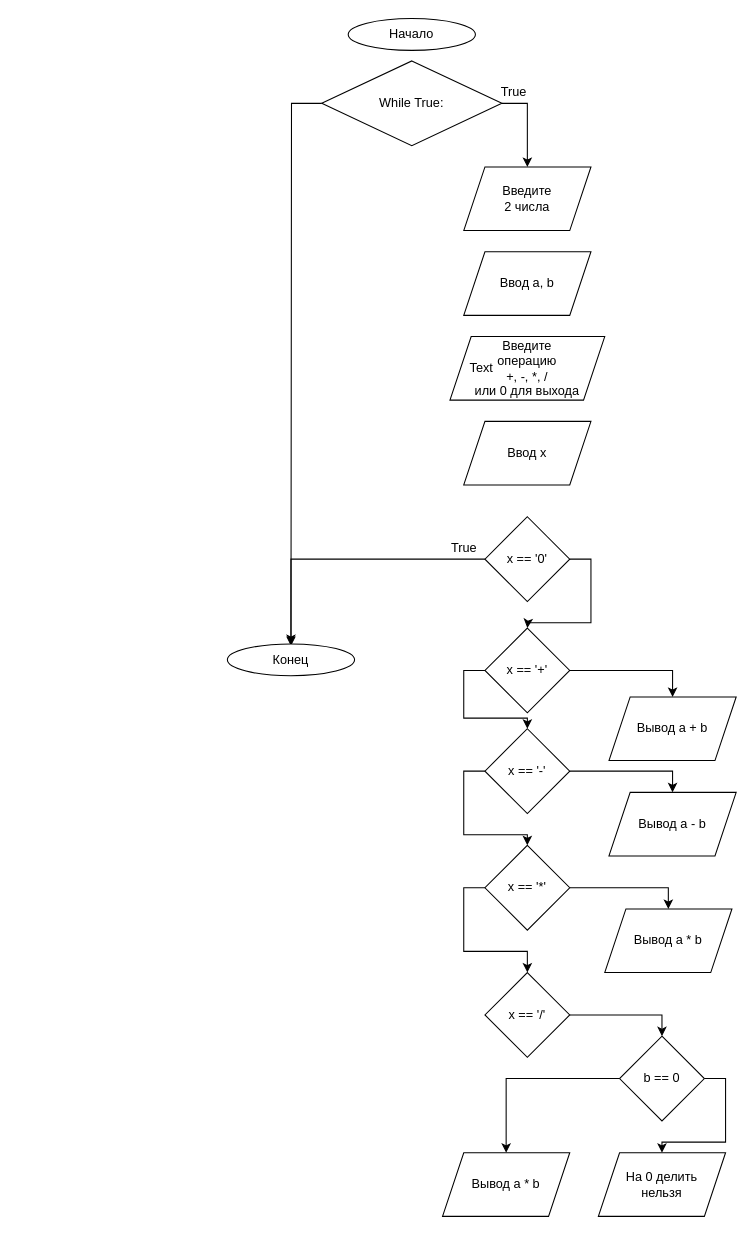
The draw.io diagram Untitled Diagram.drawio in y-zZz-y/Python-algorithm, before the edit. Source tidied: cells renumbered, new cells numbered last; positions are measured from the earlier drawing's top-left corner, leaving out a move shared by most shapes. Both pictures are drawn from the tidied source at 106%, with x=0, y=0 at pixel (227, 18).
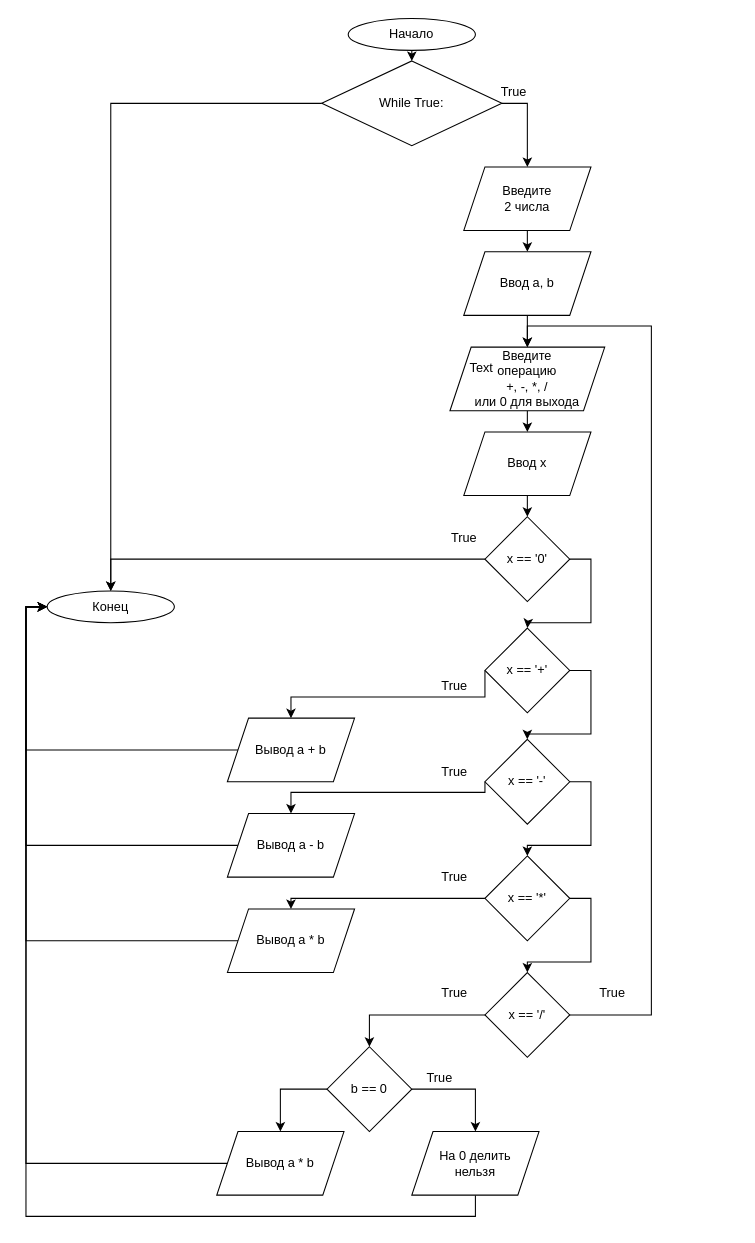
After the change.

Unchanged cells that the change refers to:
```xml
<mxCell id="2" value="Начало" style="ellipse;whiteSpace=wrap;html=1;" parent="1" vertex="1">
  <mxGeometry x="114" width="120" height="30" as="geometry" />
</mxCell>
<mxCell id="3" value="Введите &lt;br&gt;2 числа" style="shape=parallelogram;perimeter=parallelogramPerimeter;whiteSpace=wrap;html=1;fixedSize=1;" parent="1" vertex="1">
  <mxGeometry x="223" y="140" width="120" height="60" as="geometry" />
</mxCell>
<mxCell id="4" value="Ввод а, b" style="shape=parallelogram;perimeter=parallelogramPerimeter;whiteSpace=wrap;html=1;fixedSize=1;" parent="1" vertex="1">
  <mxGeometry x="223" y="220" width="120" height="60" as="geometry" />
</mxCell>
<mxCell id="9" value="While True:" style="rhombus;whiteSpace=wrap;html=1;" parent="1" vertex="1">
  <mxGeometry x="89" y="40" width="170" height="80" as="geometry" />
</mxCell>
<mxCell id="12" value="x == '0'" style="rhombus;whiteSpace=wrap;html=1;" parent="1" vertex="1">
  <mxGeometry x="243" y="470" width="80" height="80" as="geometry" />
</mxCell>
<mxCell id="19" value="x == '+'" style="rhombus;whiteSpace=wrap;html=1;" parent="1" vertex="1">
  <mxGeometry x="243" y="575" width="80" height="80" as="geometry" />
</mxCell>
<mxCell id="27" value="x == '/'" style="rhombus;whiteSpace=wrap;html=1;" parent="1" vertex="1">
  <mxGeometry x="243" y="900" width="80" height="80" as="geometry" />
</mxCell>
```

The edit, as a diff of the source:
```diff
@@
+    <mxCell id="36" style="edgeStyle=orthogonalEdgeStyle;rounded=0;jettySize=auto;html=1;exitX=0.5;exitY=1;exitDx=0;exitDy=0;entryX=0.5;entryY=0;entryDx=0;entryDy=0;" parent="1" edge="1" source="2" target="9">
+      <mxGeometry relative="1" as="geometry" />
+    </mxCell>
@@
+    <mxCell id="37" style="edgeStyle=orthogonalEdgeStyle;rounded=0;jettySize=auto;html=1;exitX=0.5;exitY=1;exitDx=0;exitDy=0;entryX=0.5;entryY=0;entryDx=0;entryDy=0;" parent="1" edge="1" source="3" target="4">
+      <mxGeometry relative="1" as="geometry" />
+    </mxCell>
@@
+    <mxCell id="38" style="edgeStyle=orthogonalEdgeStyle;rounded=0;jettySize=auto;html=1;exitX=0.5;exitY=1;exitDx=0;exitDy=0;" parent="1" edge="1" source="4">
+      <mxGeometry relative="1" as="geometry">
+        <mxPoint x="283" y="310" as="targetPoint" />
+      </mxGeometry>
+    </mxCell>
@@
+    <mxCell id="39" style="edgeStyle=orthogonalEdgeStyle;rounded=0;jettySize=auto;html=1;exitX=0.5;exitY=1;exitDx=0;exitDy=0;entryX=0.5;entryY=0;entryDx=0;entryDy=0;" parent="1" edge="1" source="5" target="6">
+      <mxGeometry relative="1" as="geometry" />
+    </mxCell>
     <mxCell id="5" value="Введите &lt;br&gt;операцию&lt;br&gt;+, -, *, /&lt;br&gt;или 0 для выхода" style="shape=parallelogram;perimeter=parallelogramPerimeter;whiteSpace=wrap;html=1;fixedSize=1;" parent="1" vertex="1">
-      <mxGeometry x="210" y="300" width="146" height="60" as="geometry" />
+      <mxGeometry x="210" y="310" width="146" height="60" as="geometry" />
     </mxCell>
+    <mxCell id="40" style="edgeStyle=orthogonalEdgeStyle;rounded=0;jettySize=auto;html=1;exitX=0.5;exitY=1;exitDx=0;exitDy=0;entryX=0.5;entryY=0;entryDx=0;entryDy=0;" parent="1" edge="1" source="6" target="12">
+      <mxGeometry relative="1" as="geometry" />
+    </mxCell>
     <mxCell id="6" value="Ввод x" style="shape=parallelogram;perimeter=parallelogramPerimeter;whiteSpace=wrap;html=1;fixedSize=1;" parent="1" vertex="1">
-      <mxGeometry x="223" y="380" width="120" height="60" as="geometry" />
+      <mxGeometry x="223" y="390" width="120" height="60" as="geometry" />
     </mxCell>
-    <mxCell id="7" style="edgeStyle=orthogonalEdgeStyle;rounded=0;jettySize=auto;html=1;exitX=0;exitY=0.5;exitDx=0;exitDy=0;" parent="1" edge="1" source="9">
-      <mxGeometry relative="1" as="geometry">
-        <mxPoint x="60" y="592" as="targetPoint" />
-      </mxGeometry>
+    <mxCell id="7" style="edgeStyle=orthogonalEdgeStyle;rounded=0;jettySize=auto;html=1;exitX=0;exitY=0.5;exitDx=0;exitDy=0;entryX=0.5;entryY=0;entryDx=0;entryDy=0;" parent="1" edge="1" source="9" target="13">
+      <mxGeometry relative="1" as="geometry" />
     </mxCell>
@@
     <mxCell id="13" value="Конец" style="ellipse;whiteSpace=wrap;html=1;" parent="1" vertex="1">
-      <mxGeometry y="590" width="120" height="30" as="geometry" />
+      <mxGeometry x="-170" y="540" width="120" height="30" as="geometry" />
     </mxCell>
@@
     <mxCell id="16" value="True" style="text;html=1;align=center;verticalAlign=middle;" parent="1" vertex="1">
-      <mxGeometry x="203" y="490" width="40" height="20" as="geometry" />
+      <mxGeometry x="194" y="620" width="40" height="20" as="geometry" />
     </mxCell>
-    <mxCell id="17" style="edgeStyle=orthogonalEdgeStyle;rounded=0;jettySize=auto;html=1;exitX=0;exitY=0.5;exitDx=0;exitDy=0;entryX=0.5;entryY=0;entryDx=0;entryDy=0;" parent="1" edge="1" source="19" target="22">
-      <mxGeometry relative="1" as="geometry">
-        <Array as="points">
-          <mxPoint x="223" y="615" />
-          <mxPoint x="223" y="660" />
-          <mxPoint x="283" y="660" />
-        </Array>
-      </mxGeometry>
+    <mxCell id="17" style="edgeStyle=orthogonalEdgeStyle;rounded=0;jettySize=auto;html=1;exitX=1;exitY=0.5;exitDx=0;exitDy=0;entryX=0.5;entryY=0;entryDx=0;entryDy=0;" parent="1" edge="1" source="19" target="22">
+      <mxGeometry relative="1" as="geometry" />
     </mxCell>
-    <mxCell id="18" style="edgeStyle=orthogonalEdgeStyle;rounded=0;jettySize=auto;html=1;exitX=1;exitY=0.5;exitDx=0;exitDy=0;entryX=0.5;entryY=0;entryDx=0;entryDy=0;" parent="1" edge="1" source="19" target="28">
-      <mxGeometry relative="1" as="geometry" />
+    <mxCell id="18" style="edgeStyle=orthogonalEdgeStyle;rounded=0;jettySize=auto;html=1;exitX=0;exitY=0.5;exitDx=0;exitDy=0;entryX=0.5;entryY=0;entryDx=0;entryDy=0;" parent="1" edge="1" source="19" target="28">
+      <mxGeometry relative="1" as="geometry">
+        <Array as="points">
+          <mxPoint x="243" y="640" />
+          <mxPoint x="60" y="640" />
+        </Array>
+      </mxGeometry>
     </mxCell>
@@
-    <mxCell id="20" style="edgeStyle=orthogonalEdgeStyle;rounded=0;jettySize=auto;html=1;exitX=0;exitY=0.5;exitDx=0;exitDy=0;entryX=0.5;entryY=0;entryDx=0;entryDy=0;" parent="1" edge="1" source="22" target="25">
-      <mxGeometry relative="1" as="geometry">
-        <Array as="points">
-          <mxPoint x="223" y="710" />
-          <mxPoint x="223" y="770" />
-          <mxPoint x="283" y="770" />
-        </Array>
-      </mxGeometry>
+    <mxCell id="20" style="edgeStyle=orthogonalEdgeStyle;rounded=0;jettySize=auto;html=1;exitX=1;exitY=0.5;exitDx=0;exitDy=0;" parent="1" edge="1" source="22" target="25">
+      <mxGeometry relative="1" as="geometry" />
     </mxCell>
-    <mxCell id="21" style="edgeStyle=orthogonalEdgeStyle;rounded=0;jettySize=auto;html=1;exitX=1;exitY=0.5;exitDx=0;exitDy=0;entryX=0.5;entryY=0;entryDx=0;entryDy=0;" parent="1" edge="1" source="22" target="29">
-      <mxGeometry relative="1" as="geometry" />
+    <mxCell id="21" style="edgeStyle=orthogonalEdgeStyle;rounded=0;jettySize=auto;html=1;exitX=0;exitY=0.5;exitDx=0;exitDy=0;entryX=0.5;entryY=0;entryDx=0;entryDy=0;" parent="1" edge="1" source="22" target="29">
+      <mxGeometry relative="1" as="geometry">
+        <Array as="points">
+          <mxPoint x="243" y="730" />
+          <mxPoint x="60" y="730" />
+        </Array>
+      </mxGeometry>
     </mxCell>
     <mxCell id="22" value="x == '-'" style="rhombus;whiteSpace=wrap;html=1;" parent="1" vertex="1">
-      <mxGeometry x="243" y="670" width="80" height="80" as="geometry" />
+      <mxGeometry x="243" y="680" width="80" height="80" as="geometry" />
     </mxCell>
-    <mxCell id="23" style="edgeStyle=orthogonalEdgeStyle;rounded=0;jettySize=auto;html=1;exitX=0;exitY=0.5;exitDx=0;exitDy=0;" parent="1" edge="1" source="25" target="27">
-      <mxGeometry relative="1" as="geometry">
-        <Array as="points">
-          <mxPoint x="223" y="820" />
-          <mxPoint x="223" y="880" />
-        </Array>
-      </mxGeometry>
+    <mxCell id="23" style="edgeStyle=orthogonalEdgeStyle;rounded=0;jettySize=auto;html=1;exitX=1;exitY=0.5;exitDx=0;exitDy=0;" parent="1" edge="1" source="25" target="27">
+      <mxGeometry relative="1" as="geometry" />
     </mxCell>
-    <mxCell id="24" style="edgeStyle=orthogonalEdgeStyle;rounded=0;jettySize=auto;html=1;exitX=1;exitY=0.5;exitDx=0;exitDy=0;entryX=0.5;entryY=0;entryDx=0;entryDy=0;" parent="1" edge="1" source="25" target="30">
-      <mxGeometry relative="1" as="geometry" />
+    <mxCell id="24" style="edgeStyle=orthogonalEdgeStyle;rounded=0;jettySize=auto;html=1;exitX=0;exitY=0.5;exitDx=0;exitDy=0;entryX=0.5;entryY=0;entryDx=0;entryDy=0;" parent="1" edge="1" source="25" target="30">
+      <mxGeometry relative="1" as="geometry">
+        <Array as="points">
+          <mxPoint x="60" y="830" />
+        </Array>
+      </mxGeometry>
     </mxCell>
     <mxCell id="25" value="x == '*'" style="rhombus;whiteSpace=wrap;html=1;" parent="1" vertex="1">
-      <mxGeometry x="243" y="780" width="80" height="80" as="geometry" />
+      <mxGeometry x="243" y="790" width="80" height="80" as="geometry" />
     </mxCell>
+    <mxCell id="41" style="edgeStyle=orthogonalEdgeStyle;rounded=0;jettySize=auto;html=1;exitX=0;exitY=0.5;exitDx=0;exitDy=0;entryX=0.5;entryY=0;entryDx=0;entryDy=0;" parent="1" edge="1" source="27" target="5">
+      <mxGeometry relative="1" as="geometry">
+        <Array as="points">
+          <mxPoint x="400" y="940" />
+          <mxPoint x="400" y="290" />
+          <mxPoint x="283" y="290" />
+        </Array>
+      </mxGeometry>
+    </mxCell>
-    <mxCell id="26" style="edgeStyle=orthogonalEdgeStyle;rounded=0;jettySize=auto;html=1;exitX=1;exitY=0.5;exitDx=0;exitDy=0;entryX=0.5;entryY=0;entryDx=0;entryDy=0;" parent="1" edge="1" source="27" target="33">
+    <mxCell id="26" style="edgeStyle=orthogonalEdgeStyle;rounded=0;jettySize=auto;html=1;exitX=0;exitY=0.5;exitDx=0;exitDy=0;entryX=0.5;entryY=0;entryDx=0;entryDy=0;" parent="1" edge="1" source="27" target="33">
       <mxGeometry relative="1" as="geometry" />
     </mxCell>
@@
+    <mxCell id="42" style="edgeStyle=orthogonalEdgeStyle;rounded=0;jettySize=auto;html=1;exitX=0;exitY=0.5;exitDx=0;exitDy=0;entryX=0;entryY=0.5;entryDx=0;entryDy=0;" parent="1" edge="1" source="28" target="13">
+      <mxGeometry relative="1" as="geometry">
+        <Array as="points">
+          <mxPoint x="-190" y="690" />
+          <mxPoint x="-190" y="555" />
+        </Array>
+      </mxGeometry>
+    </mxCell>
     <mxCell id="28" value="Вывод a + b" style="shape=parallelogram;perimeter=parallelogramPerimeter;whiteSpace=wrap;html=1;fixedSize=1;" parent="1" vertex="1">
-      <mxGeometry x="360" y="640" width="120" height="60" as="geometry" />
+      <mxGeometry y="660" width="120" height="60" as="geometry" />
     </mxCell>
+    <mxCell id="43" style="edgeStyle=orthogonalEdgeStyle;rounded=0;jettySize=auto;html=1;exitX=0;exitY=0.5;exitDx=0;exitDy=0;entryX=0;entryY=0.5;entryDx=0;entryDy=0;" parent="1" edge="1" source="29" target="13">
+      <mxGeometry relative="1" as="geometry">
+        <Array as="points">
+          <mxPoint x="-190" y="780" />
+          <mxPoint x="-190" y="555" />
+        </Array>
+      </mxGeometry>
+    </mxCell>
     <mxCell id="29" value="Вывод a - b" style="shape=parallelogram;perimeter=parallelogramPerimeter;whiteSpace=wrap;html=1;fixedSize=1;" parent="1" vertex="1">
-      <mxGeometry x="360" y="730" width="120" height="60" as="geometry" />
+      <mxGeometry y="750" width="120" height="60" as="geometry" />
     </mxCell>
+    <mxCell id="44" style="edgeStyle=orthogonalEdgeStyle;rounded=0;jettySize=auto;html=1;exitX=0;exitY=0.5;exitDx=0;exitDy=0;entryX=0;entryY=0.5;entryDx=0;entryDy=0;" parent="1" edge="1" source="30" target="13">
+      <mxGeometry relative="1" as="geometry">
+        <Array as="points">
+          <mxPoint x="-190" y="870" />
+          <mxPoint x="-190" y="555" />
+        </Array>
+      </mxGeometry>
+    </mxCell>
     <mxCell id="30" value="Вывод a * b" style="shape=parallelogram;perimeter=parallelogramPerimeter;whiteSpace=wrap;html=1;fixedSize=1;" parent="1" vertex="1">
-      <mxGeometry x="356" y="840" width="120" height="60" as="geometry" />
+      <mxGeometry y="840" width="120" height="60" as="geometry" />
     </mxCell>
@@
     <mxCell id="33" value="b == 0" style="rhombus;whiteSpace=wrap;html=1;" parent="1" vertex="1">
-      <mxGeometry x="370" y="960" width="80" height="80" as="geometry" />
+      <mxGeometry x="94" y="970" width="80" height="80" as="geometry" />
     </mxCell>
+    <mxCell id="45" style="edgeStyle=orthogonalEdgeStyle;rounded=0;jettySize=auto;html=1;exitX=0.5;exitY=1;exitDx=0;exitDy=0;entryX=0;entryY=0.5;entryDx=0;entryDy=0;" parent="1" edge="1" source="34" target="13">
+      <mxGeometry relative="1" as="geometry" />
+    </mxCell>
     <mxCell id="34" value="На 0 делить &lt;br&gt;нельзя" style="shape=parallelogram;perimeter=parallelogramPerimeter;whiteSpace=wrap;html=1;fixedSize=1;" parent="1" vertex="1">
-      <mxGeometry x="350" y="1070" width="120" height="60" as="geometry" />
+      <mxGeometry x="174" y="1050" width="120" height="60" as="geometry" />
     </mxCell>
+    <mxCell id="46" style="edgeStyle=orthogonalEdgeStyle;rounded=0;jettySize=auto;html=1;exitX=0;exitY=0.5;exitDx=0;exitDy=0;entryX=0;entryY=0.5;entryDx=0;entryDy=0;" parent="1" edge="1" source="35" target="13">
+      <mxGeometry relative="1" as="geometry">
+        <Array as="points">
+          <mxPoint x="-190" y="1080" />
+          <mxPoint x="-190" y="555" />
+        </Array>
+      </mxGeometry>
+    </mxCell>
     <mxCell id="35" value="Вывод a * b" style="shape=parallelogram;perimeter=parallelogramPerimeter;whiteSpace=wrap;html=1;fixedSize=1;" parent="1" vertex="1">
-      <mxGeometry x="203" y="1070" width="120" height="60" as="geometry" />
+      <mxGeometry x="-10" y="1050" width="120" height="60" as="geometry" />
     </mxCell>
+    <mxCell id="47" value="True" style="text;html=1;align=center;verticalAlign=middle;" parent="1" vertex="1">
+      <mxGeometry x="203" y="480" width="40" height="20" as="geometry" />
+    </mxCell>
+    <mxCell id="48" value="True" style="text;html=1;align=center;verticalAlign=middle;" parent="1" vertex="1">
+      <mxGeometry x="194" y="701" width="40" height="20" as="geometry" />
+    </mxCell>
+    <mxCell id="49" value="True" style="text;html=1;align=center;verticalAlign=middle;" parent="1" vertex="1">
+      <mxGeometry x="194" y="800" width="40" height="20" as="geometry" />
+    </mxCell>
+    <mxCell id="50" value="True" style="text;html=1;align=center;verticalAlign=middle;" parent="1" vertex="1">
+      <mxGeometry x="194" y="910" width="40" height="20" as="geometry" />
+    </mxCell>
+    <mxCell id="51" value="True" style="text;html=1;align=center;verticalAlign=middle;" parent="1" vertex="1">
+      <mxGeometry x="180" y="990" width="40" height="20" as="geometry" />
+    </mxCell>
+    <mxCell id="52" value="True" style="text;html=1;align=center;verticalAlign=middle;" parent="1" vertex="1">
+      <mxGeometry x="343" y="910" width="40" height="20" as="geometry" />
+    </mxCell>
```
